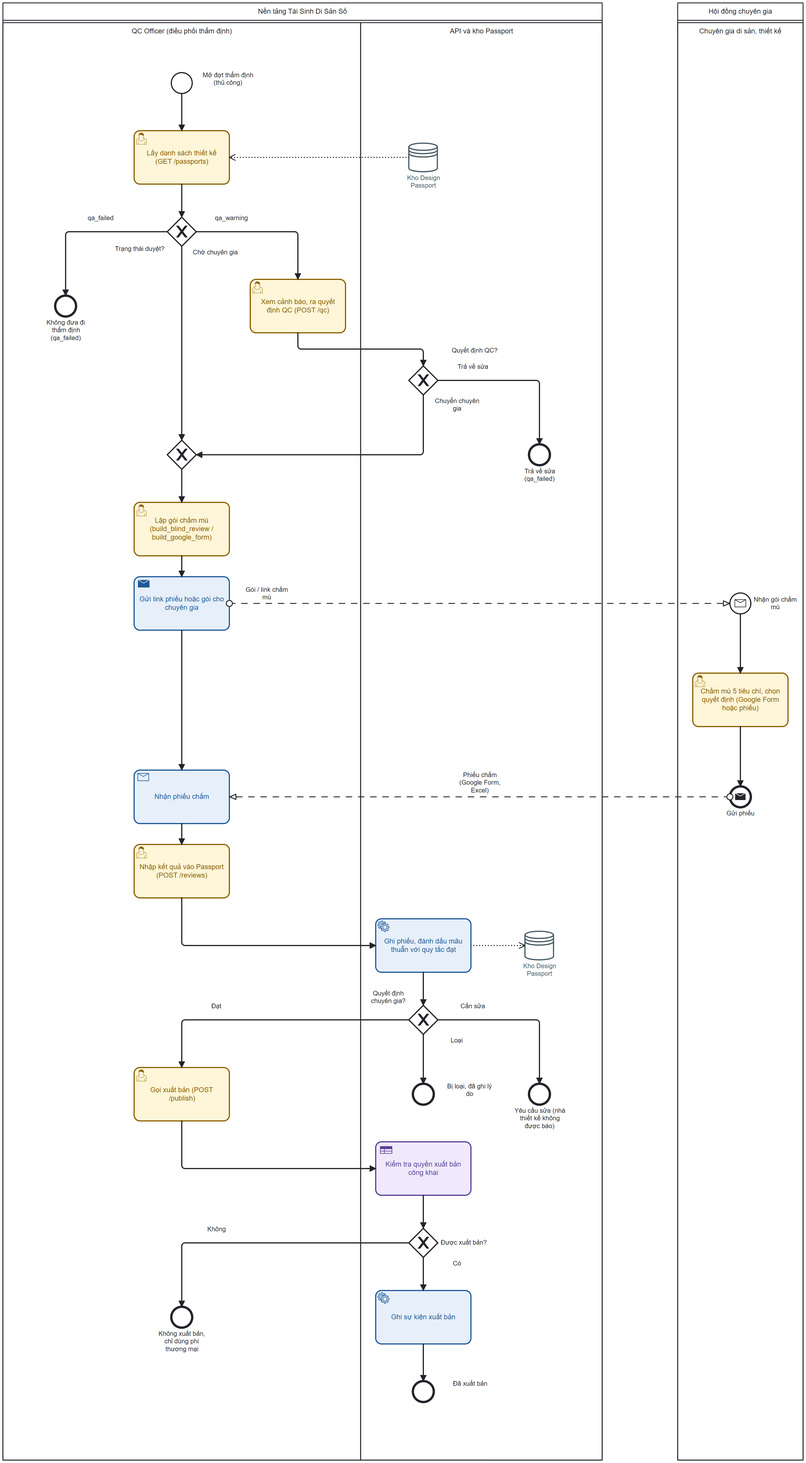
The BPMN diagram docs/business-analysis/diagrams/BP-03_kiem-soat-tham-dinh-xuat-ban_AS-IS.png in quoczai22/tai-sinh-di-san-so-ai, before a commit. Its source is kept beside it as docs/business-analysis/diagrams/BP-03_kiem-soat-tham-dinh-xuat-ban_AS-IS.bpmn. Ids are renumbered.
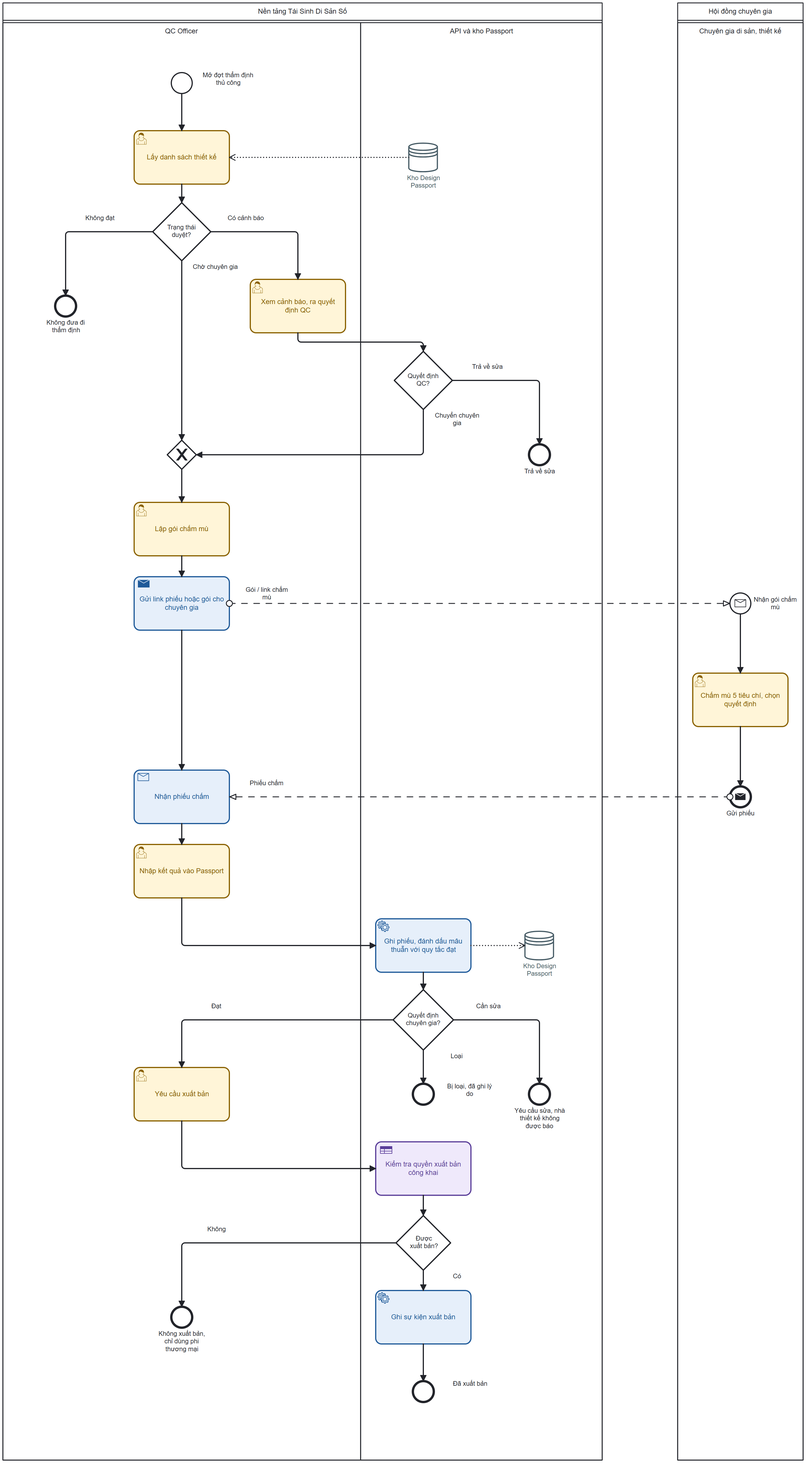
After the change.

What changed in the source:
```diff
@@ -5,11 +5,11 @@
     <bpmn:participant id="P" name="Nền tảng Tái Sinh Di Sản Số" processRef="Proc_P" />
     <bpmn:participant id="EXP" name="Hội đồng chuyên gia" processRef="Proc_EXP" />
     <bpmn:messageFlow id="Msg_T4_ES" name="Gói / link chấm mù" sourceRef="T4" targetRef="ES" />
-    <bpmn:messageFlow id="Msg_EE_T5" name="Phiếu chấm (Google Form, Excel)" sourceRef="EE" targetRef="T5" />
+    <bpmn:messageFlow id="Msg_EE_T5" name="Phiếu chấm" sourceRef="EE" targetRef="T5" />
   </bpmn:collaboration>
   <bpmn:process id="Proc_P" name="Nền tảng Tái Sinh Di Sản Số" isExecutable="false">
     <bpmn:laneSet id="LaneSet_P">
-      <bpmn:lane id="L_QC" name="QC Officer (điều phối thẩm định)">
+      <bpmn:lane id="L_QC" name="QC Officer">
         <bpmn:flowNodeRef>S</bpmn:flowNodeRef>
         <bpmn:flowNodeRef>T1</bpmn:flowNodeRef>
         <bpmn:flowNodeRef>G1</bpmn:flowNodeRef>
@@ -36,10 +36,10 @@
         <bpmn:flowNodeRef>E5</bpmn:flowNodeRef>
       </bpmn:lane>
     </bpmn:laneSet>
-    <bpmn:startEvent id="S" name="Mở đợt thẩm định (thủ công)">
+    <bpmn:startEvent id="S" name="Mở đợt thẩm định thủ công">
       <bpmn:outgoing>Flow_S_T1</bpmn:outgoing>
     </bpmn:startEvent>
-    <bpmn:userTask id="T1" name="Lấy danh sách thiết kế (GET /passports)">
+    <bpmn:userTask id="T1" name="Lấy danh sách thiết kế">
       <bpmn:incoming>Flow_S_T1</bpmn:incoming>
       <bpmn:outgoing>Flow_T1_G1</bpmn:outgoing>
       <bpmn:property id="Prop_T1" name="__targetRef_placeholder" />
@@ -49,25 +49,25 @@
       </bpmn:dataInputAssociation>
     </bpmn:userTask>
     <bpmn:dataStoreReference id="DS" name="Kho Design Passport" dataStoreRef="Store_DS" />
-    <bpmn:exclusiveGateway id="G1" name="Trạng thái duyệt?">
+    <bpmn:exclusiveGateway id="G1" name="Trạng thái&#10;duyệt?">
       <bpmn:incoming>Flow_T1_G1</bpmn:incoming>
       <bpmn:outgoing>Flow_G1_E1</bpmn:outgoing>
       <bpmn:outgoing>Flow_G1_T2</bpmn:outgoing>
       <bpmn:outgoing>Flow_G1_M1</bpmn:outgoing>
     </bpmn:exclusiveGateway>
-    <bpmn:endEvent id="E1" name="Không đưa đi thẩm định (qa_failed)">
+    <bpmn:endEvent id="E1" name="Không đưa đi thẩm định">
       <bpmn:incoming>Flow_G1_E1</bpmn:incoming>
     </bpmn:endEvent>
-    <bpmn:userTask id="T2" name="Xem cảnh báo, ra quyết định QC (POST /qc)">
+    <bpmn:userTask id="T2" name="Xem cảnh báo, ra quyết định QC">
       <bpmn:incoming>Flow_G1_T2</bpmn:incoming>
       <bpmn:outgoing>Flow_T2_G2</bpmn:outgoing>
     </bpmn:userTask>
-    <bpmn:exclusiveGateway id="G2" name="Quyết định QC?">
+    <bpmn:exclusiveGateway id="G2" name="Quyết định&#10;QC?">
       <bpmn:incoming>Flow_T2_G2</bpmn:incoming>
       <bpmn:outgoing>Flow_G2_E2</bpmn:outgoing>
       <bpmn:outgoing>Flow_G2_M1</bpmn:outgoing>
     </bpmn:exclusiveGateway>
-    <bpmn:endEvent id="E2" name="Trả về sửa (qa_failed)">
+    <bpmn:endEvent id="E2" name="Trả về sửa">
       <bpmn:incoming>Flow_G2_E2</bpmn:incoming>
     </bpmn:endEvent>
     <bpmn:exclusiveGateway id="M1" name="">
@@ -75,7 +75,7 @@
       <bpmn:incoming>Flow_G1_M1</bpmn:incoming>
       <bpmn:outgoing>Flow_M1_T3</bpmn:outgoing>
     </bpmn:exclusiveGateway>
-    <bpmn:userTask id="T3" name="Lập gói chấm mù (build_blind_review / build_google_form)">
+    <bpmn:userTask id="T3" name="Lập gói chấm mù">
       <bpmn:incoming>Flow_M1_T3</bpmn:incoming>
       <bpmn:outgoing>Flow_T3_T4</bpmn:outgoing>
     </bpmn:userTask>
@@ -87,7 +87,7 @@
       <bpmn:incoming>Flow_T4_T5</bpmn:incoming>
       <bpmn:outgoing>Flow_T5_T6</bpmn:outgoing>
     </bpmn:receiveTask>
-    <bpmn:userTask id="T6" name="Nhập kết quả vào Passport (POST /reviews)">
+    <bpmn:userTask id="T6" name="Nhập kết quả vào Passport">
       <bpmn:incoming>Flow_T5_T6</bpmn:incoming>
       <bpmn:outgoing>Flow_T6_T7</bpmn:outgoing>
     </bpmn:userTask>
@@ -98,20 +98,20 @@
         <bpmn:targetRef>DS2</bpmn:targetRef>
       </bpmn:dataOutputAssociation>
     </bpmn:serviceTask>
-    <bpmn:exclusiveGateway id="G3" name="Quyết định chuyên gia?">
+    <bpmn:exclusiveGateway id="G3" name="Quyết định&#10;chuyên gia?">
       <bpmn:incoming>Flow_T7_G3</bpmn:incoming>
       <bpmn:outgoing>Flow_G3_E3</bpmn:outgoing>
       <bpmn:outgoing>Flow_G3_E4</bpmn:outgoing>
       <bpmn:outgoing>Flow_G3_T8</bpmn:outgoing>
     </bpmn:exclusiveGateway>
-    <bpmn:endEvent id="E3" name="Yêu cầu sửa (nhà thiết kế không được báo)">
+    <bpmn:endEvent id="E3" name="Yêu cầu sửa, nhà thiết kế không được báo">
       <bpmn:incoming>Flow_G3_E3</bpmn:incoming>
     </bpmn:endEvent>
     <bpmn:endEvent id="E4" name="Bị loại, đã ghi lý do">
       <bpmn:incoming>Flow_G3_E4</bpmn:incoming>
     </bpmn:endEvent>
     <bpmn:dataStoreReference id="DS2" name="Kho Design Passport" dataStoreRef="Store_DS2" />
-    <bpmn:userTask id="T8" name="Gọi xuất bản (POST /publish)">
+    <bpmn:userTask id="T8" name="Yêu cầu xuất bản">
       <bpmn:incoming>Flow_G3_T8</bpmn:incoming>
       <bpmn:outgoing>Flow_T8_T9</bpmn:outgoing>
     </bpmn:userTask>
@@ -119,7 +119,7 @@
       <bpmn:incoming>Flow_T8_T9</bpmn:incoming>
       <bpmn:outgoing>Flow_T9_G4</bpmn:outgoing>
     </bpmn:businessRuleTask>
-    <bpmn:exclusiveGateway id="G4" name="Được xuất bản?">
+    <bpmn:exclusiveGateway id="G4" name="Được&#10;xuất bản?">
       <bpmn:incoming>Flow_T9_G4</bpmn:incoming>
       <bpmn:outgoing>Flow_G4_T10</bpmn:outgoing>
       <bpmn:outgoing>Flow_G4_E6</bpmn:outgoing>
@@ -136,10 +136,10 @@
     </bpmn:endEvent>
     <bpmn:sequenceFlow id="Flow_S_T1" name="" sourceRef="S" targetRef="T1" />
     <bpmn:sequenceFlow id="Flow_T1_G1" name="" sourceRef="T1" targetRef="G1" />
-    <bpmn:sequenceFlow id="Flow_G1_E1" name="qa_failed" sourceRef="G1" targetRef="E1">
+    <bpmn:sequenceFlow id="Flow_G1_E1" name="Không đạt" sourceRef="G1" targetRef="E1">
       <bpmn:conditionExpression xsi:type="bpmn:tFormalExpression">approval.status = qa_failed</bpmn:conditionExpression>
     </bpmn:sequenceFlow>
-    <bpmn:sequenceFlow id="Flow_G1_T2" name="qa_warning" sourceRef="G1" targetRef="T2">
+    <bpmn:sequenceFlow id="Flow_G1_T2" name="Có cảnh báo" sourceRef="G1" targetRef="T2">
       <bpmn:conditionExpression xsi:type="bpmn:tFormalExpression">approval.status = qa_warning</bpmn:conditionExpression>
     </bpmn:sequenceFlow>
     <bpmn:sequenceFlow id="Flow_T2_G2" name="" sourceRef="T2" targetRef="G2" />
@@ -189,7 +189,7 @@
       <bpmn:outgoing>Flow_ES_ET</bpmn:outgoing>
       <bpmn:messageEventDefinition id="MED_ES" />
     </bpmn:startEvent>
-    <bpmn:userTask id="ET" name="Chấm mù 5 tiêu chí, chọn quyết định (Google Form hoặc phiếu)">
+    <bpmn:userTask id="ET" name="Chấm mù 5 tiêu chí, chọn quyết định">
       <bpmn:incoming>Flow_ES_ET</bpmn:incoming>
       <bpmn:outgoing>Flow_ET_EE</bpmn:outgoing>
     </bpmn:userTask>
@@ -226,10 +226,10 @@
           <dc:Bounds x="688" y="315" width="112" height="40" />
         </bpmndi:BPMNLabel>
       </bpmndi:BPMNShape>
-      <bpmndi:BPMNShape id="G1_di" bpmnElement="G1" isMarkerVisible="true">
-        <dc:Bounds x="303" y="389" width="50" height="50" />
+      <bpmndi:BPMNShape id="G1_di" bpmnElement="G1" isMarkerVisible="false">
+        <dc:Bounds x="278" y="364" width="100" height="100" />
         <bpmndi:BPMNLabel>
-          <dc:Bounds x="199" y="437" width="112" height="40" />
+          <dc:Bounds x="300" y="400" width="55" height="28" />
         </bpmndi:BPMNLabel>
       </bpmndi:BPMNShape>
       <bpmndi:BPMNShape id="E1_di" bpmnElement="E1">
@@ -241,10 +241,10 @@
       <bpmndi:BPMNShape id="T2_di" bpmnElement="T2" color:background-color="#FFF4D6" color:border-color="#8A6100">
         <dc:Bounds x="446" y="496" width="164" height="92" />
       </bpmndi:BPMNShape>
-      <bpmndi:BPMNShape id="G2_di" bpmnElement="G2" isMarkerVisible="true">
-        <dc:Bounds x="719" y="645" width="50" height="50" />
+      <bpmndi:BPMNShape id="G2_di" bpmnElement="G2" isMarkerVisible="false">
+        <dc:Bounds x="694" y="620" width="100" height="100" />
         <bpmndi:BPMNLabel>
-          <dc:Bounds x="793" y="612" width="79" height="14" />
+          <dc:Bounds x="716" y="656" width="55" height="28" />
         </bpmndi:BPMNLabel>
       </bpmndi:BPMNShape>
       <bpmndi:BPMNShape id="E2_di" bpmnElement="E2">
@@ -271,10 +271,10 @@
       <bpmndi:BPMNShape id="T7_di" bpmnElement="T7" color:background-color="#E4EEF9" color:border-color="#1F5A99">
         <dc:Bounds x="662" y="1597" width="164" height="92" />
       </bpmndi:BPMNShape>
-      <bpmndi:BPMNShape id="G3_di" bpmnElement="G3" isMarkerVisible="true">
-        <dc:Bounds x="719" y="1746" width="50" height="50" />
+      <bpmndi:BPMNShape id="G3_di" bpmnElement="G3" isMarkerVisible="false">
+        <dc:Bounds x="692" y="1719" width="104" height="104" />
         <bpmndi:BPMNLabel>
-          <dc:Bounds x="654" y="1719" width="60" height="27" />
+          <dc:Bounds x="714" y="1757" width="60" height="28" />
         </bpmndi:BPMNLabel>
       </bpmndi:BPMNShape>
       <bpmndi:BPMNShape id="E3_di" bpmnElement="E3">
@@ -301,10 +301,10 @@
       <bpmndi:BPMNShape id="T9_di" bpmnElement="T9" color:background-color="#EEE8FA" color:border-color="#5A3E99">
         <dc:Bounds x="662" y="1981" width="164" height="92" />
       </bpmndi:BPMNShape>
-      <bpmndi:BPMNShape id="G4_di" bpmnElement="G4" isMarkerVisible="true">
-        <dc:Bounds x="719" y="2130" width="50" height="50" />
+      <bpmndi:BPMNShape id="G4_di" bpmnElement="G4" isMarkerVisible="false">
+        <dc:Bounds x="697" y="2108" width="94" height="94" />
         <bpmndi:BPMNLabel>
-          <dc:Bounds x="774" y="2148" width="79" height="14" />
+          <dc:Bounds x="720" y="2141" width="49" height="28" />
         </bpmndi:BPMNLabel>
       </bpmndi:BPMNShape>
       <bpmndi:BPMNShape id="T10_di" bpmnElement="T10" color:background-color="#E4EEF9" color:border-color="#1F5A99">
@@ -328,10 +328,10 @@
       </bpmndi:BPMNEdge>
       <bpmndi:BPMNEdge id="Flow_T1_G1_di" bpmnElement="Flow_T1_G1">
         <di:waypoint x="328" y="332" />
-        <di:waypoint x="328" y="389" />
+        <di:waypoint x="328" y="364" />
       </bpmndi:BPMNEdge>
       <bpmndi:BPMNEdge id="Flow_G1_E1_di" bpmnElement="Flow_G1_E1">
-        <di:waypoint x="303" y="414" />
+        <di:waypoint x="278" y="414" />
         <di:waypoint x="128" y="414" />
         <di:waypoint x="128" y="524" />
         <bpmndi:BPMNLabel>
@@ -339,40 +339,40 @@
         </bpmndi:BPMNLabel>
       </bpmndi:BPMNEdge>
       <bpmndi:BPMNEdge id="Flow_G1_T2_di" bpmnElement="Flow_G1_T2">
-        <di:waypoint x="353" y="414" />
+        <di:waypoint x="378" y="414" />
         <di:waypoint x="528" y="414" />
         <di:waypoint x="528" y="496" />
         <bpmndi:BPMNLabel>
-          <dc:Bounds x="361" y="384" width="104" height="28" />
+          <dc:Bounds x="386" y="384" width="104" height="28" />
         </bpmndi:BPMNLabel>
       </bpmndi:BPMNEdge>
       <bpmndi:BPMNEdge id="Flow_T2_G2_di" bpmnElement="Flow_T2_G2">
         <di:waypoint x="528" y="588" />
-        <di:waypoint x="528" y="616" />
-        <di:waypoint x="744" y="616" />
-        <di:waypoint x="744" y="645" />
+        <di:waypoint x="528" y="604" />
+        <di:waypoint x="744" y="604" />
+        <di:waypoint x="744" y="620" />
       </bpmndi:BPMNEdge>
       <bpmndi:BPMNEdge id="Flow_G2_E2_di" bpmnElement="Flow_G2_E2">
-        <di:waypoint x="769" y="670" />
+        <di:waypoint x="794" y="670" />
         <di:waypoint x="944" y="670" />
         <di:waypoint x="944" y="780" />
         <bpmndi:BPMNLabel>
-          <dc:Bounds x="777" y="640" width="104" height="28" />
+          <dc:Bounds x="802" y="640" width="104" height="28" />
         </bpmndi:BPMNLabel>
       </bpmndi:BPMNEdge>
       <bpmndi:BPMNEdge id="Flow_G2_M1_di" bpmnElement="Flow_G2_M1">
-        <di:waypoint x="744" y="695" />
+        <di:waypoint x="744" y="720" />
         <di:waypoint x="744" y="798" />
         <di:waypoint x="353" y="798" />
         <bpmndi:BPMNLabel>
-          <dc:Bounds x="750" y="699" width="104" height="28" />
+          <dc:Bounds x="750" y="724" width="104" height="28" />
         </bpmndi:BPMNLabel>
       </bpmndi:BPMNEdge>
       <bpmndi:BPMNEdge id="Flow_G1_M1_di" bpmnElement="Flow_G1_M1">
-        <di:waypoint x="328" y="439" />
+        <di:waypoint x="328" y="464" />
         <di:waypoint x="328" y="773" />
         <bpmndi:BPMNLabel>
-          <dc:Bounds x="334" y="443" width="104" height="28" />
+          <dc:Bounds x="334" y="468" width="104" height="28" />
         </bpmndi:BPMNLabel>
       </bpmndi:BPMNEdge>
       <bpmndi:BPMNEdge id="Flow_M1_T3_di" bpmnElement="Flow_M1_T3">
@@ -398,25 +398,25 @@
       </bpmndi:BPMNEdge>
       <bpmndi:BPMNEdge id="Flow_T7_G3_di" bpmnElement="Flow_T7_G3">
         <di:waypoint x="744" y="1689" />
-        <di:waypoint x="744" y="1746" />
+        <di:waypoint x="744" y="1719" />
       </bpmndi:BPMNEdge>
       <bpmndi:BPMNEdge id="Flow_G3_E3_di" bpmnElement="Flow_G3_E3">
-        <di:waypoint x="769" y="1771" />
+        <di:waypoint x="796" y="1771" />
         <di:waypoint x="944" y="1771" />
         <di:waypoint x="944" y="1881" />
         <bpmndi:BPMNLabel>
-          <dc:Bounds x="777" y="1741" width="104" height="28" />
+          <dc:Bounds x="804" y="1741" width="104" height="28" />
         </bpmndi:BPMNLabel>
       </bpmndi:BPMNEdge>
       <bpmndi:BPMNEdge id="Flow_G3_E4_di" bpmnElement="Flow_G3_E4">
-        <di:waypoint x="744" y="1796" />
+        <di:waypoint x="744" y="1823" />
         <di:waypoint x="744" y="1881" />
         <bpmndi:BPMNLabel>
-          <dc:Bounds x="750" y="1800" width="104" height="28" />
+          <dc:Bounds x="750" y="1827" width="104" height="28" />
         </bpmndi:BPMNLabel>
       </bpmndi:BPMNEdge>
       <bpmndi:BPMNEdge id="Flow_G3_T8_di" bpmnElement="Flow_G3_T8">
-        <di:waypoint x="719" y="1771" />
+        <di:waypoint x="692" y="1771" />
         <di:waypoint x="328" y="1771" />
         <di:waypoint x="328" y="1853" />
         <bpmndi:BPMNLabel>
@@ -430,17 +430,17 @@
       </bpmndi:BPMNEdge>
       <bpmndi:BPMNEdge id="Flow_T9_G4_di" bpmnElement="Flow_T9_G4">
         <di:waypoint x="744" y="2073" />
-        <di:waypoint x="744" y="2130" />
+        <di:waypoint x="744" y="2108" />
       </bpmndi:BPMNEdge>
       <bpmndi:BPMNEdge id="Flow_G4_T10_di" bpmnElement="Flow_G4_T10">
-        <di:waypoint x="744" y="2180" />
+        <di:waypoint x="744" y="2202" />
         <di:waypoint x="744" y="2237" />
         <bpmndi:BPMNLabel>
-          <dc:Bounds x="750" y="2184" width="104" height="28" />
+          <dc:Bounds x="750" y="2206" width="104" height="28" />
         </bpmndi:BPMNLabel>
       </bpmndi:BPMNEdge>
       <bpmndi:BPMNEdge id="Flow_G4_E6_di" bpmnElement="Flow_G4_E6">
-        <di:waypoint x="719" y="2155" />
+        <di:waypoint x="697" y="2155" />
         <di:waypoint x="328" y="2155" />
         <di:waypoint x="328" y="2265" />
         <bpmndi:BPMNLabel>
@@ -499,7 +499,7 @@
         <di:waypoint x="1272" y="1387" />
         <di:waypoint x="410" y="1387" />
         <bpmndi:BPMNLabel>
-          <dc:Bounds x="806" y="1343" width="71" height="40" />
+          <dc:Bounds x="422" y="1357" width="104" height="28" />
         </bpmndi:BPMNLabel>
       </bpmndi:BPMNEdge>
     </bpmndi:BPMNPlane>
```
